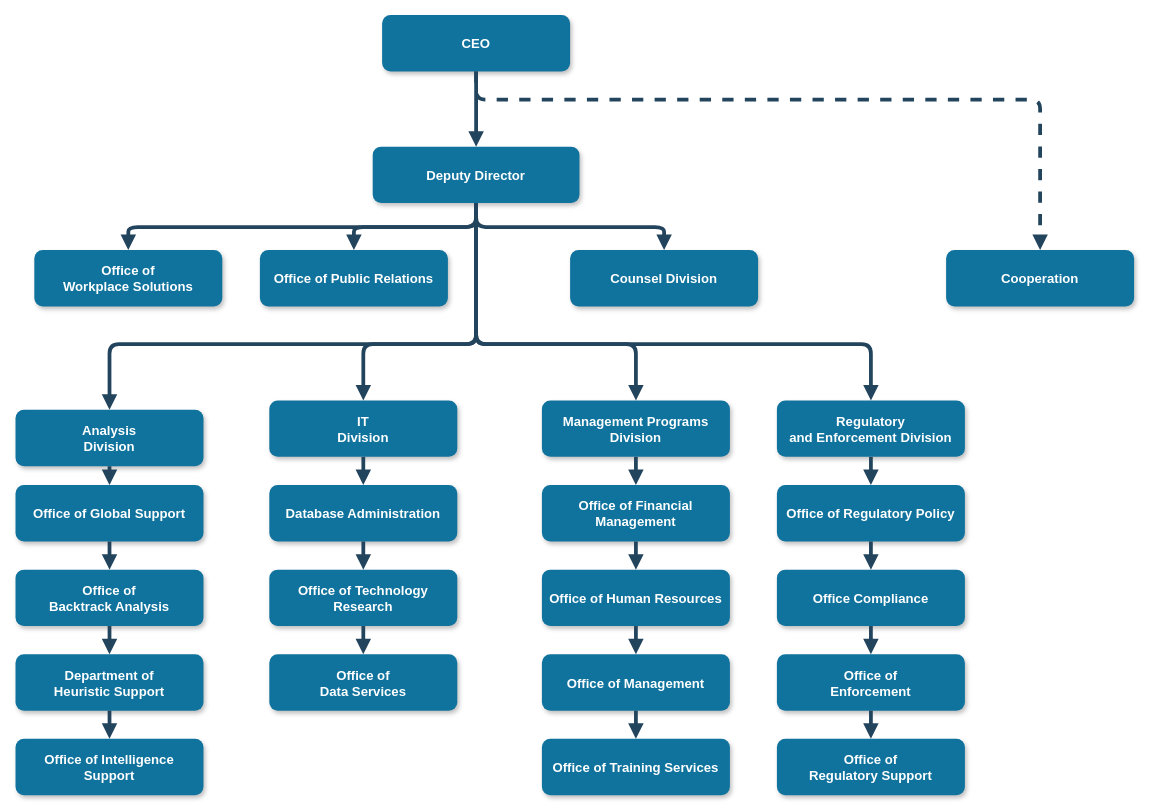
Earlier version of the draw.io diagram Diagramme sans nom.drawio (Theo03300/Sae4.01). Source tidied: cells renumbered, new cells numbered last; positions are measured from the earlier drawing's top-left corner, leaving out a move shared by most shapes. Both pictures are drawn from the tidied source at 94%, with x=0, y=0 at pixel (15, 15).
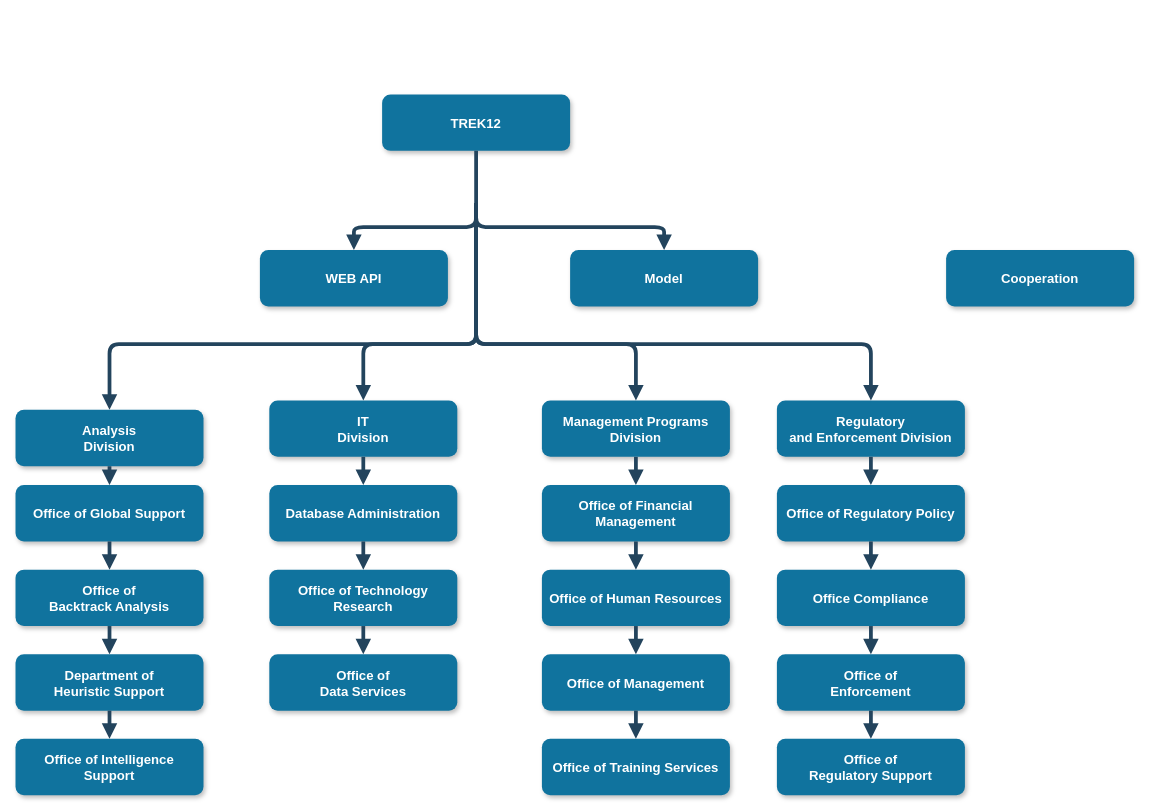
After the change.

Commit message:
Mettre à jour Diagramme sans nom.drawio

The change refers to these unchanged cells:
```xml
<mxCell id="7" value="Cooperation" style="rounded=1;fillColor=#10739E;strokeColor=none;shadow=1;gradientColor=none;fontStyle=1;fontColor=#FFFFFF;fontSize=14;" parent="1" vertex="1">
  <mxGeometry x="990" y="249.5" width="200" height="60" as="geometry" />
</mxCell>
<mxCell id="8" value="Analysis &#10;Division" style="rounded=1;fillColor=#10739E;strokeColor=none;shadow=1;gradientColor=none;fontStyle=1;fontColor=#FFFFFF;fontSize=14;" parent="1" vertex="1">
  <mxGeometry y="419.5" width="200" height="60" as="geometry" />
</mxCell>
<mxCell id="13" value="IT&#10;Division" style="rounded=1;fillColor=#10739E;strokeColor=none;shadow=1;gradientColor=none;fontStyle=1;fontColor=#FFFFFF;fontSize=14;" parent="1" vertex="1">
  <mxGeometry x="270" y="409.5" width="200" height="60" as="geometry" />
</mxCell>
<mxCell id="17" value="Management Programs &#10;Division" style="rounded=1;fillColor=#10739E;strokeColor=none;shadow=1;gradientColor=none;fontStyle=1;fontColor=#FFFFFF;fontSize=14;" parent="1" vertex="1">
  <mxGeometry x="560" y="409.5" width="200" height="60" as="geometry" />
</mxCell>
<mxCell id="22" value="Regulatory &#10;and Enforcement Division" style="rounded=1;fillColor=#10739E;strokeColor=none;shadow=1;gradientColor=none;fontStyle=1;fontColor=#FFFFFF;fontSize=14;" parent="1" vertex="1">
  <mxGeometry x="810" y="409.5" width="200" height="60" as="geometry" />
</mxCell>
```

What changed in the source:
```diff
@@
-    <mxCell id="2" value="CEO" style="rounded=1;fillColor=#10739E;strokeColor=none;shadow=1;gradientColor=none;fontStyle=1;fontColor=#FFFFFF;fontSize=14;" parent="1" vertex="1">
-      <mxGeometry x="390" y="-0.5" width="200" height="60" as="geometry" />
+    <mxCell id="2" value="TREK12" style="rounded=1;fillColor=#10739E;strokeColor=none;shadow=1;gradientColor=none;fontStyle=1;fontColor=#FFFFFF;fontSize=14;" parent="1" vertex="1">
+      <mxGeometry x="390" y="84" width="200" height="60" as="geometry" />
     </mxCell>
-    <mxCell id="3" value="Deputy Director" style="rounded=1;fillColor=#10739E;strokeColor=none;shadow=1;gradientColor=none;fontStyle=1;fontColor=#FFFFFF;fontSize=14;" parent="1" vertex="1">
-      <mxGeometry x="380" y="139.5" width="220" height="60" as="geometry" />
-    </mxCell>
-    <mxCell id="4" value="Office of &#10;Workplace Solutions" style="rounded=1;fillColor=#10739E;strokeColor=none;shadow=1;gradientColor=none;fontStyle=1;fontColor=#FFFFFF;fontSize=14;" parent="1" vertex="1">
-      <mxGeometry x="20" y="249.5" width="200" height="60" as="geometry" />
-    </mxCell>
-    <mxCell id="5" value="Office of Public Relations" style="rounded=1;fillColor=#10739E;strokeColor=none;shadow=1;gradientColor=none;fontStyle=1;fontColor=#FFFFFF;fontSize=14;" parent="1" vertex="1">
+    <mxCell id="5" value="WEB API" style="rounded=1;fillColor=#10739E;strokeColor=none;shadow=1;gradientColor=none;fontStyle=1;fontColor=#FFFFFF;fontSize=14;" parent="1" vertex="1">
       <mxGeometry x="260" y="249.5" width="200" height="60" as="geometry" />
     </mxCell>
-    <mxCell id="6" value="Counsel Division" style="rounded=1;fillColor=#10739E;strokeColor=none;shadow=1;gradientColor=none;fontStyle=1;fontColor=#FFFFFF;fontSize=14;" parent="1" vertex="1">
+    <mxCell id="6" value="Model" style="rounded=1;fillColor=#10739E;strokeColor=none;shadow=1;gradientColor=none;fontStyle=1;fontColor=#FFFFFF;fontSize=14;" parent="1" vertex="1">
       <mxGeometry x="590" y="249.5" width="200" height="60" as="geometry" />
     </mxCell>
@@
-    <mxCell id="27" style="edgeStyle=elbowEdgeStyle;elbow=vertical;strokeWidth=4;endArrow=block;endFill=1;fontStyle=1;strokeColor=#23445D;" parent="1" edge="1" source="2" target="3">
-      <mxGeometry x="22" y="165.5" as="geometry" />
-    </mxCell>
-    <mxCell id="28" style="edgeStyle=elbowEdgeStyle;elbow=vertical;strokeWidth=4;endArrow=block;endFill=1;fontStyle=1;strokeColor=#23445D;" parent="1" edge="1" source="3" target="5">
-      <mxGeometry x="22" y="165.5" as="geometry" />
+    <mxCell id="28" style="edgeStyle=elbowEdgeStyle;elbow=vertical;strokeWidth=4;endArrow=block;endFill=1;fontStyle=1;strokeColor=#23445D;" parent="1" edge="1" target="5">
+      <mxGeometry x="22" y="165.5" as="geometry">
+        <mxPoint x="490" y="199.5" as="sourcePoint" />
+      </mxGeometry>
     </mxCell>
-    <mxCell id="29" style="edgeStyle=elbowEdgeStyle;elbow=vertical;strokeWidth=4;endArrow=block;endFill=1;fontStyle=1;strokeColor=#23445D;" parent="1" edge="1" source="3" target="4">
-      <mxGeometry x="22" y="165.5" as="geometry" />
-    </mxCell>
-    <mxCell id="30" style="edgeStyle=elbowEdgeStyle;elbow=vertical;strokeWidth=4;endArrow=block;endFill=1;fontStyle=1;strokeColor=#23445D;" parent="1" edge="1" source="3" target="6">
-      <mxGeometry x="22" y="165.5" as="geometry" />
+    <mxCell id="30" style="edgeStyle=elbowEdgeStyle;elbow=vertical;strokeWidth=4;endArrow=block;endFill=1;fontStyle=1;strokeColor=#23445D;" parent="1" edge="1" target="6">
+      <mxGeometry x="22" y="165.5" as="geometry">
+        <mxPoint x="490" y="199.5" as="sourcePoint" />
+      </mxGeometry>
     </mxCell>
-    <mxCell id="31" style="edgeStyle=elbowEdgeStyle;elbow=vertical;strokeWidth=4;endArrow=block;endFill=1;fontStyle=1;dashed=1;strokeColor=#23445D;" parent="1" edge="1" source="2" target="7">
-      <mxGeometry x="22" y="165.5" as="geometry">
-        <Array as="points">
-          <mxPoint x="780" y="89.5" />
-        </Array>
-      </mxGeometry>
-    </mxCell>
-    <mxCell id="32" style="edgeStyle=elbowEdgeStyle;elbow=vertical;strokeWidth=4;endArrow=block;endFill=1;fontStyle=1;strokeColor=#23445D;" parent="1" edge="1" source="3" target="8">
+    <mxCell id="32" style="edgeStyle=elbowEdgeStyle;elbow=vertical;strokeWidth=4;endArrow=block;endFill=1;fontStyle=1;strokeColor=#23445D;" parent="1" edge="1" target="8">
       <mxGeometry x="22" y="165.5" as="geometry">
+        <mxPoint x="490" y="199.5" as="sourcePoint" />
         <Array as="points">
           <mxPoint x="270" y="349.5" />
         </Array>
       </mxGeometry>
     </mxCell>
-    <mxCell id="33" style="edgeStyle=elbowEdgeStyle;elbow=vertical;strokeWidth=4;endArrow=block;endFill=1;fontStyle=1;strokeColor=#23445D;" parent="1" edge="1" source="3" target="22">
+    <mxCell id="33" style="edgeStyle=elbowEdgeStyle;elbow=vertical;strokeWidth=4;endArrow=block;endFill=1;fontStyle=1;strokeColor=#23445D;" parent="1" edge="1" target="22">
       <mxGeometry x="22" y="165.5" as="geometry">
+        <mxPoint x="490" y="199.5" as="sourcePoint" />
         <Array as="points">
           <mxPoint x="690" y="349.5" />
         </Array>
       </mxGeometry>
     </mxCell>
@@
-    <mxCell id="49" style="edgeStyle=elbowEdgeStyle;elbow=vertical;strokeWidth=4;endArrow=block;endFill=1;fontStyle=1;strokeColor=#23445D;" parent="1" edge="1" source="3" target="13">
+    <mxCell id="49" style="edgeStyle=elbowEdgeStyle;elbow=vertical;strokeWidth=4;endArrow=block;endFill=1;fontStyle=1;strokeColor=#23445D;" parent="1" edge="1" target="13">
       <mxGeometry x="22" y="165.5" as="geometry">
+        <mxPoint x="490" y="199.5" as="sourcePoint" />
         <Array as="points">
           <mxPoint x="370" y="349.5" />
         </Array>
       </mxGeometry>
     </mxCell>
-    <mxCell id="50" style="edgeStyle=elbowEdgeStyle;elbow=vertical;strokeWidth=4;endArrow=block;endFill=1;fontStyle=1;strokeColor=#23445D;" parent="1" edge="1" source="3" target="17">
+    <mxCell id="50" style="edgeStyle=elbowEdgeStyle;elbow=vertical;strokeWidth=4;endArrow=block;endFill=1;fontStyle=1;strokeColor=#23445D;" parent="1" edge="1" source="2" target="17">
       <mxGeometry x="22" y="165.5" as="geometry">
         <Array as="points">
           <mxPoint x="660" y="349.5" />
         </Array>
       </mxGeometry>
     </mxCell>
```
